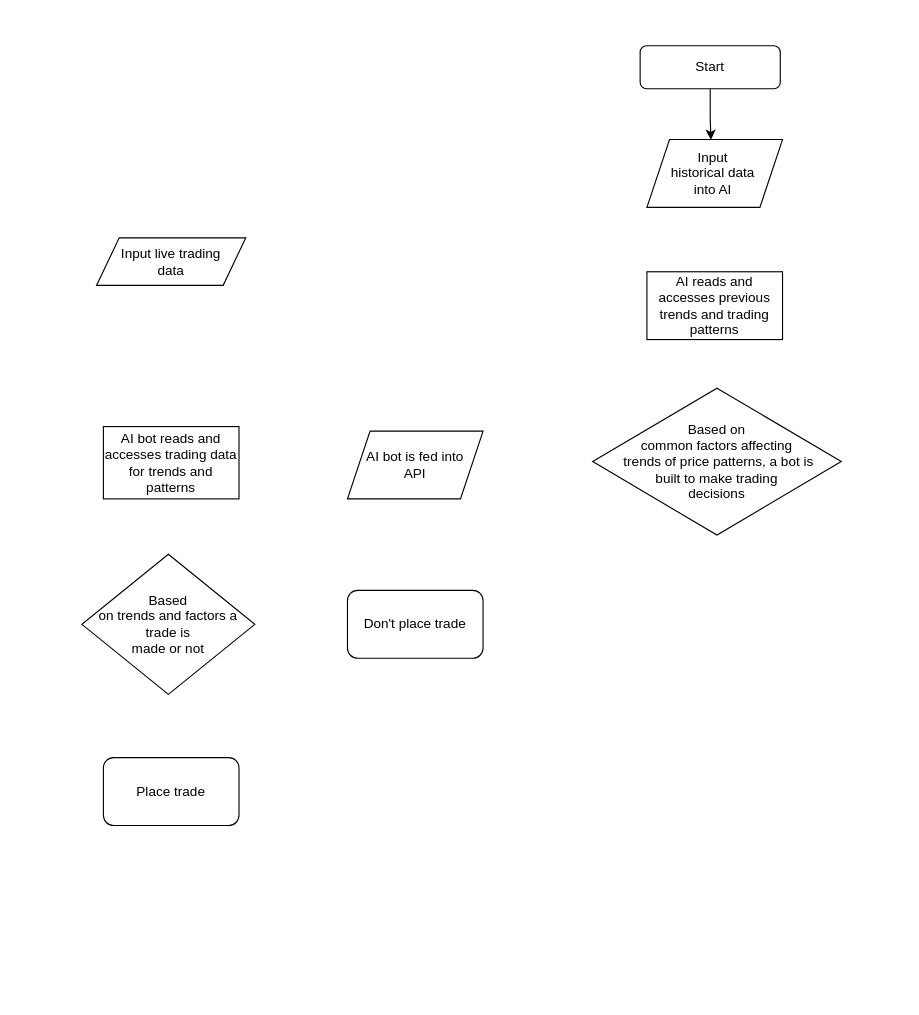
Earlier version of the draw.io diagram Automated Trading Algorithm.drawio (Fael103/Fael103). Source tidied: cells renumbered, new cells numbered last; positions are measured from the earlier drawing's top-left corner, leaving out a move shared by most shapes. Both pictures are drawn from the tidied source at 113%, with x=0, y=0 at pixel (81, 45).
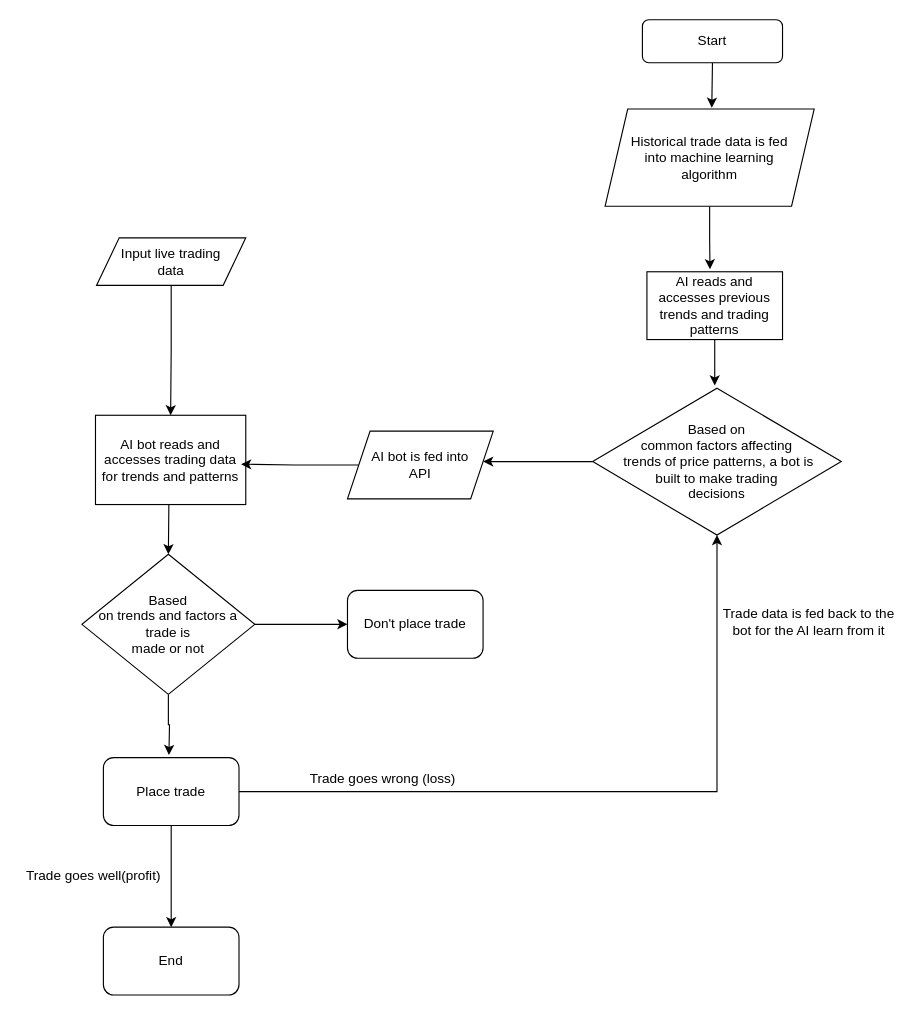
After the change.

The change refers to these unchanged cells:
```xml
<mxCell id="4" value="Input live trading&lt;br&gt;data" style="shape=parallelogram;perimeter=parallelogramPerimeter;whiteSpace=wrap;html=1;fixedSize=1;" parent="1" vertex="1">
  <mxGeometry x="13" y="170" width="132" height="42" as="geometry" />
</mxCell>
<mxCell id="5" value="Based on &lt;br&gt;common&amp;nbsp;factors affecting&lt;br&gt;&amp;nbsp;trends of price patterns, a bot is &lt;br&gt;built to make trading&lt;br&gt;decisions" style="rhombus;whiteSpace=wrap;html=1;" parent="1" vertex="1">
  <mxGeometry x="452" y="303" width="220" height="130" as="geometry" />
</mxCell>
<mxCell id="8" value="AI reads and accesses previous trends and trading patterns" style="rounded=0;whiteSpace=wrap;html=1;" parent="1" vertex="1">
  <mxGeometry x="500" y="200" width="120" height="60" as="geometry" />
</mxCell>
<mxCell id="11" value="Based &lt;br&gt;on trends and factors a trade is &lt;br&gt;made or not" style="rhombus;whiteSpace=wrap;html=1;" parent="1" vertex="1">
  <mxGeometry y="450" width="153" height="124" as="geometry" />
</mxCell>
<mxCell id="12" value="Place trade" style="rounded=1;whiteSpace=wrap;html=1;" parent="1" vertex="1">
  <mxGeometry x="19" y="630" width="120" height="60" as="geometry" />
</mxCell>
<mxCell id="13" value="Don't place trade" style="rounded=1;whiteSpace=wrap;html=1;" parent="1" vertex="1">
  <mxGeometry x="235" y="482" width="120" height="60" as="geometry" />
</mxCell>
```

The edit, as a diff of the source:
```diff
@@
-    <mxCell id="2" style="edgeStyle=orthogonalEdgeStyle;rounded=0;jettySize=auto;html=1;exitX=0.5;exitY=1;exitDx=0;exitDy=0;entryX=0.484;entryY=-0.147;entryDx=0;entryDy=0;entryPerimeter=0;" parent="1" edge="1" source="3" target="7">
-      <mxGeometry relative="1" as="geometry" />
-    </mxCell>
+    <mxCell id="14" style="edgeStyle=orthogonalEdgeStyle;rounded=0;jettySize=auto;html=1;exitX=0.5;exitY=1;exitDx=0;exitDy=0;" parent="1" edge="1" source="3">
+      <mxGeometry relative="1" as="geometry">
+        <mxPoint x="557.4" y="54.9" as="targetPoint" />
+      </mxGeometry>
+    </mxCell>
     <mxCell id="3" value="Start" style="rounded=1;whiteSpace=wrap;html=1;" parent="1" vertex="1">
-      <mxGeometry x="494" width="124" height="38" as="geometry" />
+      <mxGeometry x="496" y="-23" width="124" height="38" as="geometry" />
     </mxCell>
+    <mxCell id="15" style="edgeStyle=orthogonalEdgeStyle;rounded=0;jettySize=auto;html=1;exitX=0.5;exitY=1;exitDx=0;exitDy=0;entryX=0.5;entryY=0;entryDx=0;entryDy=0;" parent="1" edge="1" source="4" target="9">
+      <mxGeometry relative="1" as="geometry" />
+    </mxCell>
@@
+    <mxCell id="16" style="edgeStyle=orthogonalEdgeStyle;rounded=0;jettySize=auto;html=1;exitX=0;exitY=0.5;exitDx=0;exitDy=0;" parent="1" edge="1" source="5" target="10">
+      <mxGeometry relative="1" as="geometry">
+        <Array as="points">
+          <mxPoint x="387" y="368" />
+          <mxPoint x="387" y="368" />
+        </Array>
+      </mxGeometry>
+    </mxCell>
@@
+    <mxCell id="17" style="edgeStyle=orthogonalEdgeStyle;rounded=0;jettySize=auto;html=1;exitX=0.5;exitY=1;exitDx=0;exitDy=0;" parent="1" edge="1" source="6">
+      <mxGeometry relative="1" as="geometry">
+        <mxPoint x="555.8" y="197.8" as="targetPoint" />
+      </mxGeometry>
+    </mxCell>
-    <mxCell id="6" style="shape=parallelogram;perimeter=parallelogramPerimeter;whiteSpace=wrap;html=1;fixedSize=1;" parent="1" vertex="1">
-      <mxGeometry x="500" y="83" width="120" height="60" as="geometry" />
+    <mxCell id="6" value="Historical trade data is fed &lt;br&gt;into machine learning &lt;br&gt;algorithm" style="shape=parallelogram;perimeter=parallelogramPerimeter;whiteSpace=wrap;html=1;fixedSize=1;" parent="1" vertex="1">
+      <mxGeometry x="463" y="56" width="185" height="86" as="geometry" />
     </mxCell>
-    <mxCell id="7" value="Input &lt;br&gt;historical data&lt;br&gt;into AI" style="text;html=1;align=center;verticalAlign=middle;points=[];fillColor=none;strokeColor=none;rounded=0;" parent="1" vertex="1">
-      <mxGeometry x="516" y="90" width="84" height="46" as="geometry" />
-    </mxCell>
+    <mxCell id="18" style="edgeStyle=orthogonalEdgeStyle;rounded=0;jettySize=auto;html=1;exitX=0.5;exitY=1;exitDx=0;exitDy=0;" parent="1" edge="1" source="8">
+      <mxGeometry relative="1" as="geometry">
+        <mxPoint x="560" y="300.6" as="targetPoint" />
+      </mxGeometry>
+    </mxCell>
@@
+    <mxCell id="19" style="edgeStyle=orthogonalEdgeStyle;rounded=0;jettySize=auto;html=1;exitX=0.5;exitY=1;exitDx=0;exitDy=0;entryX=0.5;entryY=0;entryDx=0;entryDy=0;" parent="1" edge="1" source="9" target="11">
+      <mxGeometry relative="1" as="geometry">
+        <Array as="points">
+          <mxPoint x="77" y="401" />
+          <mxPoint x="77" y="426" />
+        </Array>
+      </mxGeometry>
+    </mxCell>
     <mxCell id="9" value="AI bot reads and accesses trading data for trends and patterns" style="rounded=0;whiteSpace=wrap;html=1;" parent="1" vertex="1">
-      <mxGeometry x="19" y="337" width="120" height="64" as="geometry" />
+      <mxGeometry x="12" y="327" width="133" height="79" as="geometry" />
     </mxCell>
+    <mxCell id="20" style="edgeStyle=orthogonalEdgeStyle;rounded=0;jettySize=auto;html=1;exitX=0;exitY=0.5;exitDx=0;exitDy=0;" parent="1" edge="1" source="10">
+      <mxGeometry relative="1" as="geometry">
+        <mxPoint x="140.8" y="370.3" as="targetPoint" />
+      </mxGeometry>
+    </mxCell>
     <mxCell id="10" value="AI bot is fed into&lt;br&gt;API" style="shape=parallelogram;perimeter=parallelogramPerimeter;whiteSpace=wrap;html=1;fixedSize=1;" parent="1" vertex="1">
-      <mxGeometry x="235" y="341" width="120" height="60" as="geometry" />
+      <mxGeometry x="235" y="341" width="129" height="60" as="geometry" />
     </mxCell>
+    <mxCell id="21" style="edgeStyle=orthogonalEdgeStyle;rounded=0;jettySize=auto;html=1;exitX=0.5;exitY=1;exitDx=0;exitDy=0;" parent="1" edge="1" source="11">
+      <mxGeometry relative="1" as="geometry">
+        <mxPoint x="77" y="627.7" as="targetPoint" />
+      </mxGeometry>
+    </mxCell>
+    <mxCell id="22" style="edgeStyle=orthogonalEdgeStyle;rounded=0;jettySize=auto;html=1;exitX=1;exitY=0.5;exitDx=0;exitDy=0;entryX=0;entryY=0.5;entryDx=0;entryDy=0;" parent="1" edge="1" source="11" target="13">
+      <mxGeometry relative="1" as="geometry" />
+    </mxCell>
@@
+    <mxCell id="23" style="edgeStyle=orthogonalEdgeStyle;rounded=0;jettySize=auto;html=1;exitX=1;exitY=0.5;exitDx=0;exitDy=0;entryX=0.5;entryY=1;entryDx=0;entryDy=0;" parent="1" edge="1" source="12" target="5">
+      <mxGeometry relative="1" as="geometry" />
+    </mxCell>
+    <mxCell id="24" style="edgeStyle=orthogonalEdgeStyle;rounded=0;jettySize=auto;html=1;exitX=0.5;exitY=1;exitDx=0;exitDy=0;entryX=0.5;entryY=0;entryDx=0;entryDy=0;" parent="1" edge="1" source="12" target="25">
+      <mxGeometry relative="1" as="geometry" />
+    </mxCell>
@@
+    <mxCell id="25" value="End" style="rounded=1;whiteSpace=wrap;html=1;" parent="1" vertex="1">
+      <mxGeometry x="19" y="780" width="120" height="60" as="geometry" />
+    </mxCell>
+    <mxCell id="26" value="Trade goes well(profit)" style="text;html=1;align=center;verticalAlign=middle;fillColor=none;strokeColor=none;rounded=0;" parent="1" vertex="1">
+      <mxGeometry x="-55" y="726" width="129" height="18" as="geometry" />
+    </mxCell>
+    <mxCell id="27" value="Trade goes wrong (loss)" style="text;html=1;align=center;verticalAlign=middle;fillColor=none;strokeColor=none;rounded=0;" parent="1" vertex="1">
+      <mxGeometry x="196" y="640" width="139" height="18" as="geometry" />
+    </mxCell>
+    <mxCell id="28" value="Trade data is fed back to the &lt;br&gt;bot for the AI learn from it" style="text;html=1;align=center;verticalAlign=middle;fillColor=none;strokeColor=none;rounded=0;" parent="1" vertex="1">
+      <mxGeometry x="562" y="494" width="162" height="32" as="geometry" />
+    </mxCell>
```
